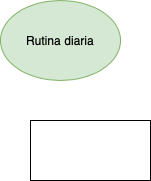
This is Rutina diaria.png from missphoneme/ejercicios-kodemia, a draw.io export, as it was before one commit. Source tidied: cells renumbered, new cells last; positions are measured from the earlier drawing's top-left corner, leaving out a move shared by most shapes. The source it was exported from:
```xml
<mxGraphModel>
  <root>
    <mxCell id="0" />
    <mxCell id="1" parent="0" />
    <mxCell id="2" value="Rutina diaria" style="ellipse;whiteSpace=wrap;html=1;fillColor=#d5e8d4;strokeColor=#82b366;" parent="1" vertex="1">
      <mxGeometry width="120" height="80" as="geometry" />
    </mxCell>
    <mxCell id="3" style="rounded=0;whiteSpace=wrap;html=1;" parent="1" vertex="1">
      <mxGeometry x="30" y="120" width="120" height="60" as="geometry" />
    </mxCell>
  </root>
</mxGraphModel>
```
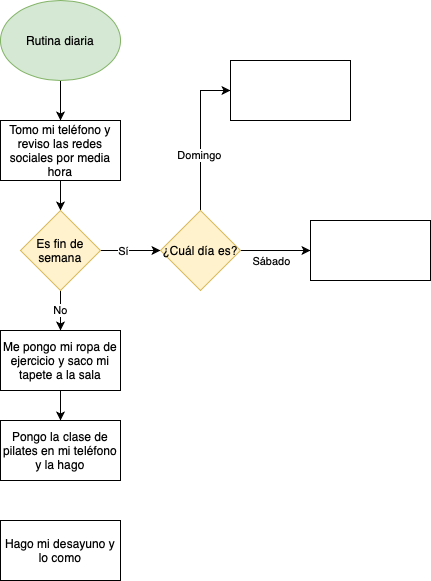
Later version of the same file.

Diff of the diagram source:
```diff
@@ -2,11 +2,64 @@
   <root>
     <mxCell id="0" />
     <mxCell id="1" parent="0" />
+    <mxCell id="4" style="edgeStyle=orthogonalEdgeStyle;rounded=0;jettySize=auto;html=1;" parent="1" edge="1" source="2" target="3">
+      <mxGeometry relative="1" as="geometry" />
+    </mxCell>
     <mxCell id="2" value="Rutina diaria" style="ellipse;whiteSpace=wrap;html=1;fillColor=#d5e8d4;strokeColor=#82b366;" parent="1" vertex="1">
-      <mxGeometry width="120" height="80" as="geometry" />
+      <mxGeometry x="30" y="-10" width="120" height="80" as="geometry" />
     </mxCell>
+    <mxCell id="5" style="edgeStyle=orthogonalEdgeStyle;rounded=0;jettySize=auto;html=1;" parent="1" edge="1" source="3" target="9">
+      <mxGeometry relative="1" as="geometry" />
+    </mxCell>
-    <mxCell id="3" style="rounded=0;whiteSpace=wrap;html=1;" parent="1" vertex="1">
-      <mxGeometry x="30" y="120" width="120" height="60" as="geometry" />
+    <mxCell id="3" value="Tomo mi teléfono y reviso las redes sociales por media hora" style="rounded=0;whiteSpace=wrap;html=1;" parent="1" vertex="1">
+      <mxGeometry x="30" y="110" width="120" height="60" as="geometry" />
     </mxCell>
+    <mxCell id="6" value="No" style="edgeStyle=orthogonalEdgeStyle;rounded=0;jettySize=auto;html=1;" parent="1" edge="1" source="9" target="11">
+      <mxGeometry relative="1" as="geometry" />
+    </mxCell>
+    <mxCell id="7" style="edgeStyle=orthogonalEdgeStyle;rounded=0;jettySize=auto;html=1;" parent="1" edge="1" source="9" target="16">
+      <mxGeometry relative="1" as="geometry" />
+    </mxCell>
+    <mxCell id="8" value="Sí" style="edgeLabel;html=1;align=center;verticalAlign=middle;" parent="7" vertex="1">
+      <mxGeometry x="-0.27" relative="1" as="geometry" />
+    </mxCell>
+    <mxCell id="9" value="Es fin de semana" style="rhombus;whiteSpace=wrap;html=1;fillColor=#fff2cc;strokeColor=#d6b656;" parent="1" vertex="1">
+      <mxGeometry x="50" y="200" width="80" height="80" as="geometry" />
+    </mxCell>
+    <mxCell id="10" style="edgeStyle=orthogonalEdgeStyle;rounded=0;jettySize=auto;html=1;entryX=0.5;entryY=0;entryDx=0;entryDy=0;" parent="1" edge="1" source="11" target="19">
+      <mxGeometry relative="1" as="geometry" />
+    </mxCell>
+    <mxCell id="11" value="Me pongo mi ropa de ejercicio y saco mi tapete a la sala" style="rounded=0;whiteSpace=wrap;html=1;" parent="1" vertex="1">
+      <mxGeometry x="30" y="320" width="120" height="60" as="geometry" />
+    </mxCell>
+    <mxCell id="12" style="edgeStyle=orthogonalEdgeStyle;rounded=0;jettySize=auto;html=1;entryX=0;entryY=0.5;entryDx=0;entryDy=0;" parent="1" edge="1" source="16" target="17">
+      <mxGeometry relative="1" as="geometry" />
+    </mxCell>
+    <mxCell id="13" value="Domingo" style="edgeLabel;html=1;align=center;verticalAlign=middle;" parent="12" vertex="1">
+      <mxGeometry x="-0.25" y="2" relative="1" as="geometry" />
+    </mxCell>
+    <mxCell id="14" style="edgeStyle=orthogonalEdgeStyle;rounded=0;jettySize=auto;html=1;entryX=0;entryY=0.5;entryDx=0;entryDy=0;" parent="1" edge="1" source="16" target="18">
+      <mxGeometry relative="1" as="geometry" />
+    </mxCell>
+    <mxCell id="15" value="Sábado" style="edgeLabel;html=1;align=center;verticalAlign=middle;" parent="14" vertex="1">
+      <mxGeometry x="-0.8" y="2" relative="1" as="geometry">
+        <mxPoint x="23" y="12" as="offset" />
+      </mxGeometry>
+    </mxCell>
+    <mxCell id="16" value="¿Cuál día es?" style="rhombus;whiteSpace=wrap;html=1;fillColor=#fff2cc;strokeColor=#d6b656;" parent="1" vertex="1">
+      <mxGeometry x="190" y="200" width="80" height="80" as="geometry" />
+    </mxCell>
+    <mxCell id="17" style="rounded=0;whiteSpace=wrap;html=1;" parent="1" vertex="1">
+      <mxGeometry x="260" y="50" width="120" height="60" as="geometry" />
+    </mxCell>
+    <mxCell id="18" style="rounded=0;whiteSpace=wrap;html=1;" parent="1" vertex="1">
+      <mxGeometry x="340" y="210" width="120" height="60" as="geometry" />
+    </mxCell>
+    <mxCell id="19" value="Pongo la clase de pilates en mi teléfono y la hago" style="rounded=0;whiteSpace=wrap;html=1;" parent="1" vertex="1">
+      <mxGeometry x="30" y="410" width="120" height="60" as="geometry" />
+    </mxCell>
+    <mxCell id="20" value="Hago mi desayuno y lo como" style="rounded=0;whiteSpace=wrap;html=1;" parent="1" vertex="1">
+      <mxGeometry x="30" y="510" width="120" height="60" as="geometry" />
+    </mxCell>
   </root>
 </mxGraphModel>
```
